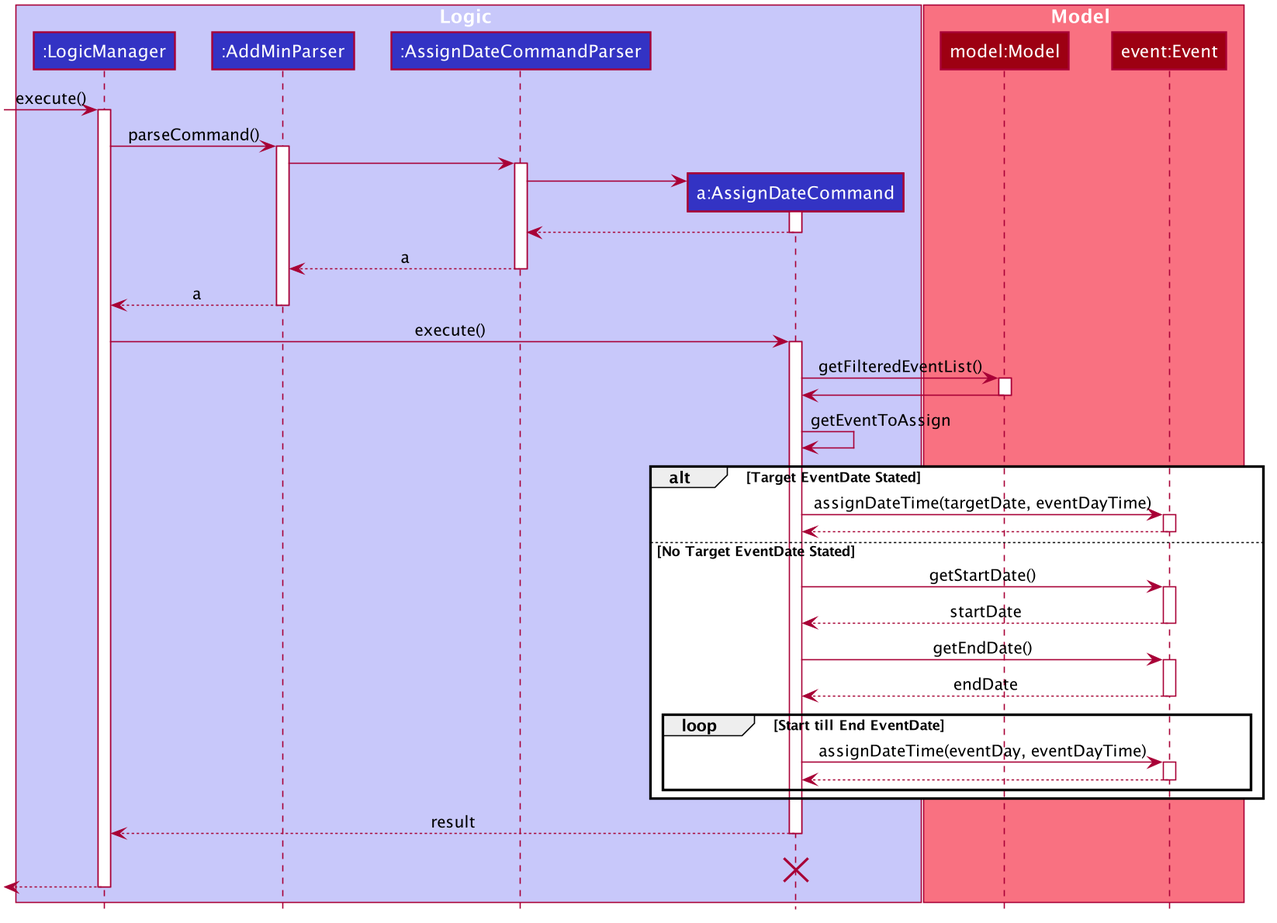
Above: docs/images/SetDateTimeSequenceDiagram.png in nus-cs2103-AY1920S1/addressbook-level3 (PlantUML), before the change. Its diagram source:
```plantuml
@startuml








skinparam BackgroundColor #FFFFFFF

skinparam Shadowing false

skinparam Class {
    FontColor #FFFFFF
    BorderThickness 1
    BorderColor #FFFFFF
    StereotypeFontColor #FFFFFF
    FontName Arial
}

skinparam Actor {
    BorderColor #000000
    Color #000000
    FontName Arial
}

skinparam Sequence {
    MessageAlign center
    BoxFontSize 15
    BoxPadding 0
    BoxFontColor #FFFFFF
    FontName Arial
}

skinparam Participant {
    FontColor #FFFFFFF
    Padding 20
}

skinparam MinClassWidth 50
skinparam ParticipantPadding 10
skinparam Shadowing false
skinparam DefaultTextAlignment center
skinparam packageStyle Rectangle

hide footbox
hide members
hide circle

box Logic #C8C8FA
participant ":LogicManager" as LogicManager #3333C4
participant ":AddMinParser" as AddMinParser #3333C4
participant ":AssignDateCommandParser" as AssignDateCommandParser #3333C4
participant "a:AssignDateCommand" as AssignDateCommand #3333C4
end box

box Model #F97181
participant "model:Model" as Model #9D0012
participant "event:Event" as Event #9D0012
end box

[-> LogicManager : execute()
activate LogicManager


LogicManager -> AddMinParser : parseCommand()
activate AddMinParser

AddMinParser -> AssignDateCommandParser
activate AssignDateCommandParser

create AssignDateCommand
AssignDateCommandParser -> AssignDateCommand
activate AssignDateCommand

AssignDateCommand --> AssignDateCommandParser
deactivate AssignDateCommand

AssignDateCommandParser --> AddMinParser : a
deactivate AssignDateCommandParser

AddMinParser --> LogicManager : a
deactivate AddMinParser

LogicManager -> AssignDateCommand : execute()
activate AssignDateCommand

AssignDateCommand -> Model : getFilteredEventList()
activate Model

Model -> AssignDateCommand :
deactivate Model

AssignDateCommand -> AssignDateCommand: getEventToAssign
    alt Target EventDate Stated
    AssignDateCommand -> Event: assignDateTime(targetDate, eventDayTime)
    activate Event

    Event --> AssignDateCommand:
    deactivate Event

    else No Target EventDate Stated
        AssignDateCommand -> Event: getStartDate()
        activate Event

        Event --> AssignDateCommand: startDate
        deactivate

        AssignDateCommand -> Event: getEndDate()
        activate Event

        Event --> AssignDateCommand: endDate
        deactivate

        loop Start till End EventDate
        AssignDateCommand -> Event: assignDateTime(eventDay, eventDayTime)
        activate Event

        Event --> AssignDateCommand:
        deactivate

        end
    end

AssignDateCommand --> LogicManager : result
deactivate AssignDateCommand
AssignDateCommand -[hidden]-> LogicManager : result
destroy AssignDateCommand

[<--LogicManager
deactivate LogicManager
@enduml
```
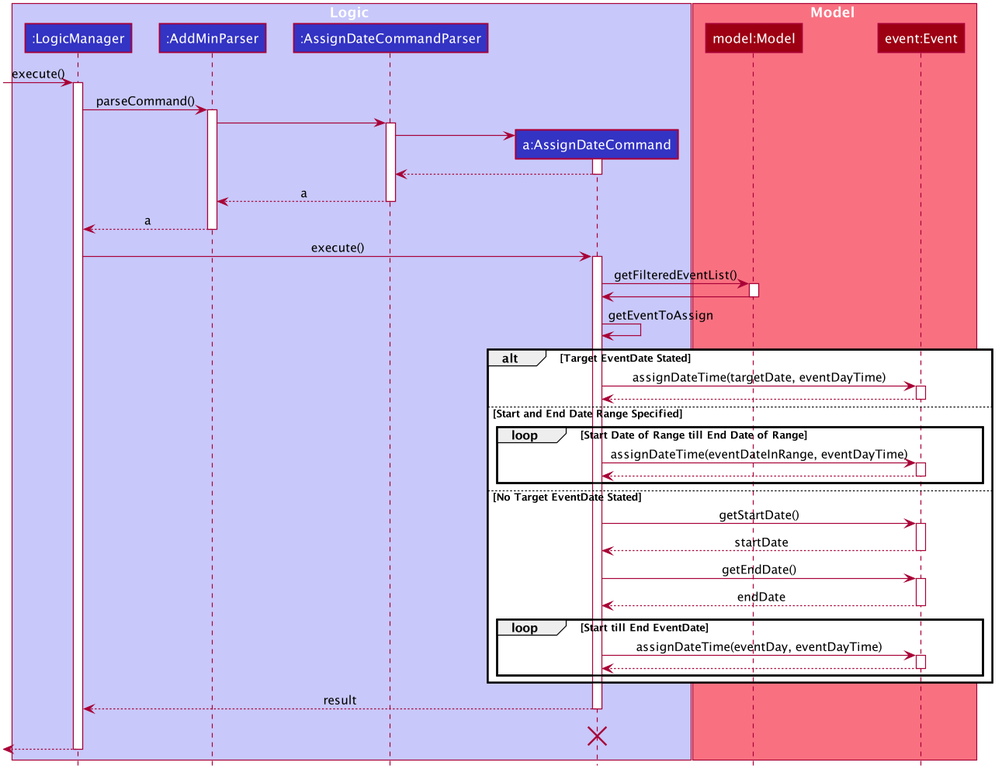
The same diagram one commit later.

The edit, as a diff of the source:
```diff
@@ -100,6 +100,15 @@
     Event --> AssignDateCommand:
     deactivate Event
 
+    else Start and End Date Range Specified
+        loop Start Date of Range till End Date of Range
+        AssignDateCommand -> Event: assignDateTime(eventDateInRange, eventDayTime)
+        activate Event
+
+        Event --> AssignDateCommand:
+        deactivate
+        end
+
     else No Target EventDate Stated
         AssignDateCommand -> Event: getStartDate()
         activate Event
```
